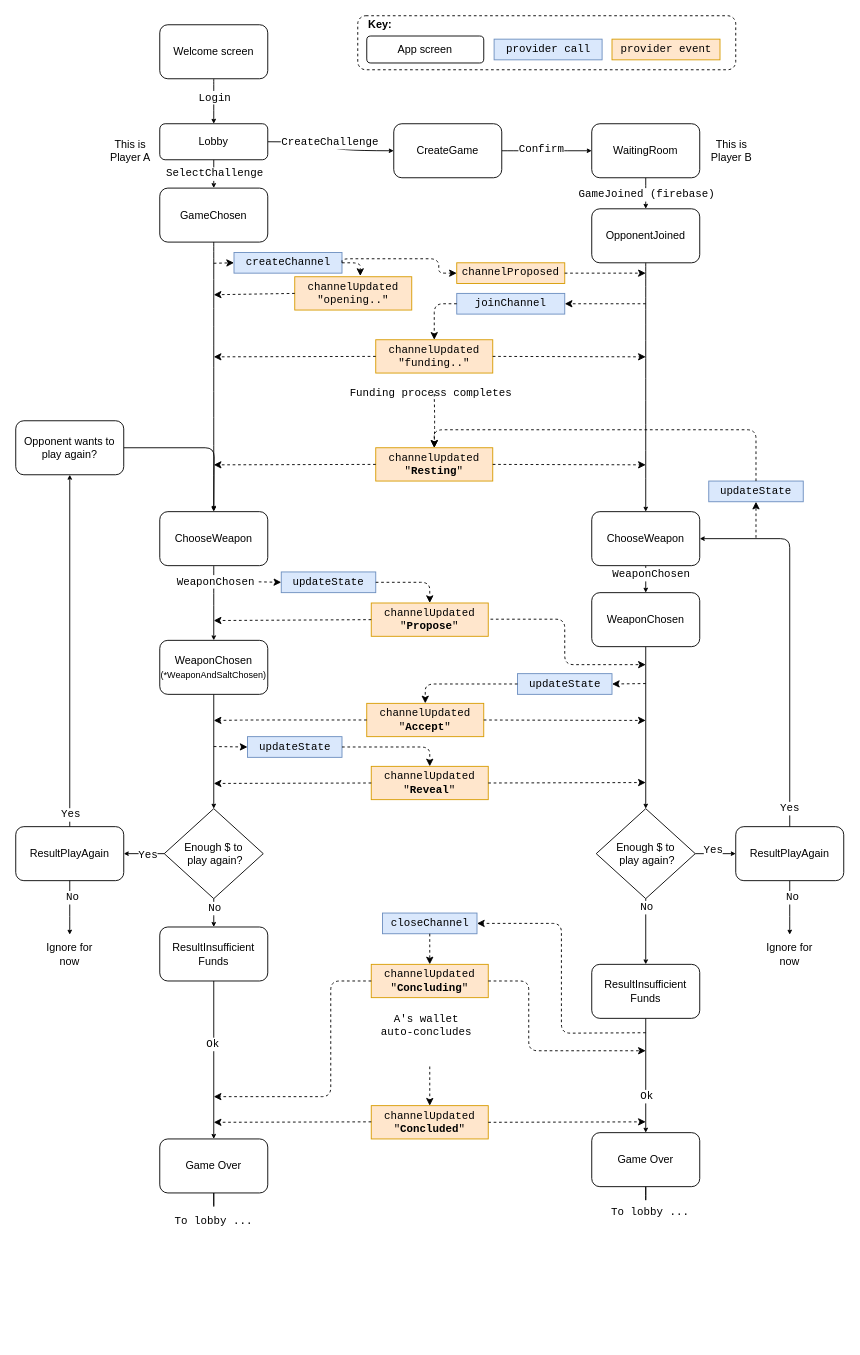
Above: packages/rps/notes/user-workflows-new-api.drawio in statechannels/apps (draw.io), before the change. Source tidied: cells renumbered, new cells numbered last; positions are measured from the earlier drawing's top-left corner, leaving out a move shared by most shapes. Both pictures are drawn from the tidied source at 90%, with x=0, y=0 at pixel (15, 15).
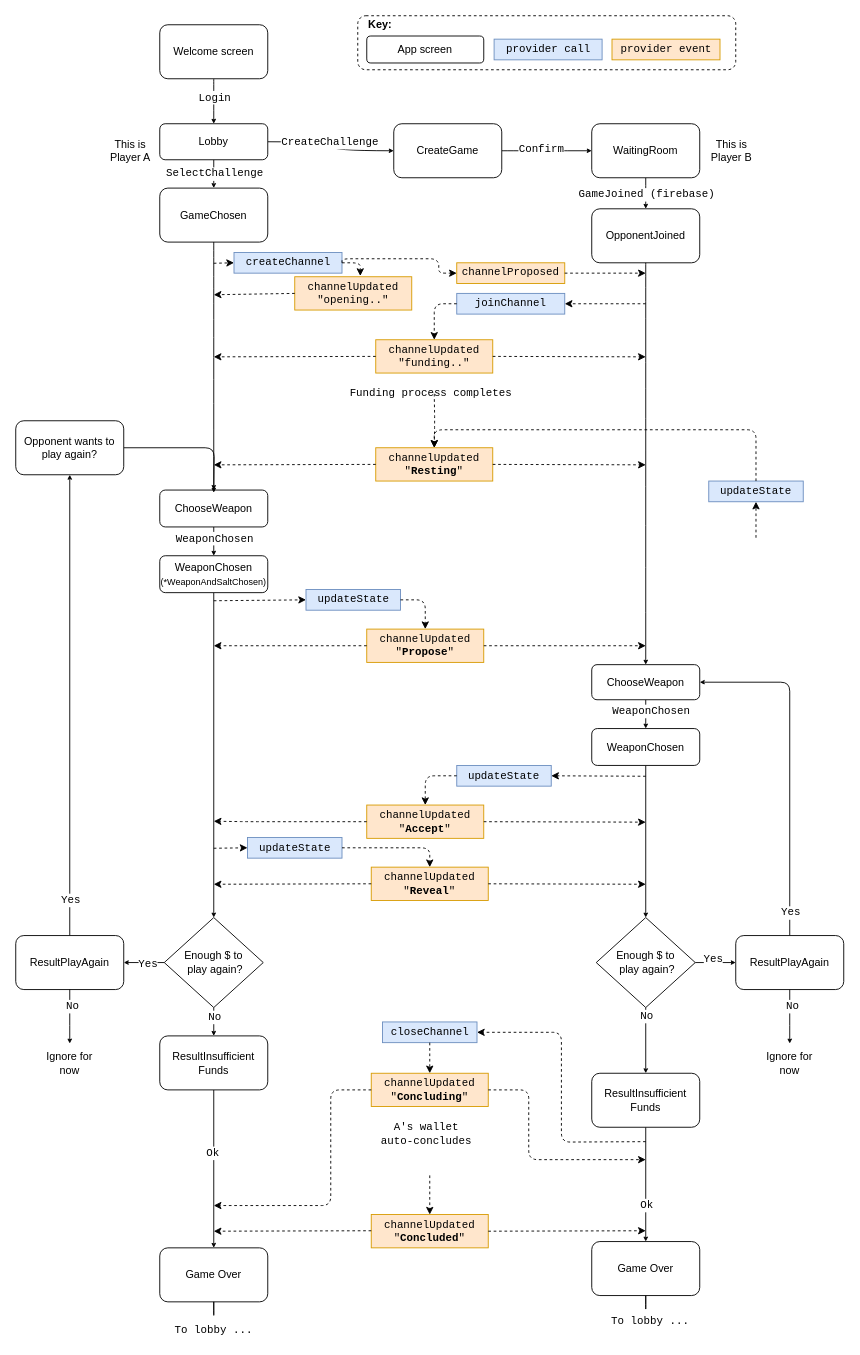
The same page after the edit.

The change refers to these unchanged cells:
```xml
<mxCell id="8" style="edgeStyle=orthogonalEdgeStyle;curved=1;rounded=0;html=1;startArrow=none;startFill=0;startSize=1;endArrow=classic;endFill=1;endSize=3;jettySize=auto;strokeColor=#000000;strokeWidth=1;fontFamily=Courier New;" parent="1" edge="1" source="12" target="13">
  <mxGeometry relative="1" as="geometry" />
</mxCell>
<mxCell id="15" style="edgeStyle=orthogonalEdgeStyle;curved=1;rounded=0;html=1;startArrow=none;startFill=0;startSize=1;endArrow=classic;endFill=1;endSize=3;jettySize=auto;strokeColor=#000000;strokeWidth=1;fontFamily=Courier New;" parent="1" edge="1" source="17" target="19">
  <mxGeometry relative="1" as="geometry" />
</mxCell>
<mxCell id="49" style="edgeStyle=orthogonalEdgeStyle;rounded=1;html=1;exitX=0.5;exitY=0;entryX=1;entryY=0.5;startArrow=none;startFill=0;startSize=1;endArrow=classic;endFill=1;endSize=3;jettySize=auto;strokeColor=#000000;strokeWidth=1;fontFamily=Courier New;entryDx=0;entryDy=0;" parent="1" edge="1" source="53" target="32">
  <mxGeometry relative="1" as="geometry" />
</mxCell>
<mxCell id="123" value="Opponent wants to play again?" style="rounded=1;whiteSpace=wrap;html=1;fillColor=#ffffff;align=center;strokeColor=#000000;" parent="1" vertex="1">
  <mxGeometry y="450" width="120" height="60" as="geometry" />
</mxCell>
```

What changed in the source:
```diff
@@
     <mxCell id="11" value="A's wallet&lt;br&gt;auto-concludes" style="text;html=1;align=center;verticalAlign=middle;labelBackgroundColor=#ffffff;fontFamily=Courier New;" parent="8" vertex="1">
       <mxGeometry x="-0.15" relative="1" as="geometry">
-        <mxPoint x="235" y="942" as="offset" />
+        <mxPoint x="235" y="1063" as="offset" />
       </mxGeometry>
     </mxCell>
@@
     <mxCell id="16" value="&lt;font face=&quot;Courier New&quot;&gt;WeaponChosen&lt;/font&gt;" style="text;html=1;align=center;verticalAlign=middle;labelBackgroundColor=#ffffff;fontFamily=Helvetica;" parent="15" vertex="1">
-      <mxGeometry x="-0.6" y="1" relative="1" as="geometry" />
+      <mxGeometry x="-0.6" y="1" relative="1" as="geometry">
+        <mxPoint x="-1" y="2" as="offset" />
+      </mxGeometry>
     </mxCell>
     <mxCell id="17" value="ChooseWeapon" style="rounded=1;whiteSpace=wrap;html=1;fillColor=#ffffff;align=center;strokeColor=#000000;" parent="1" vertex="1">
-      <mxGeometry x="160" y="551" width="120" height="60" as="geometry" />
+      <mxGeometry x="160" y="527" width="120" height="41" as="geometry" />
     </mxCell>
@@
     <mxCell id="19" value="WeaponChosen&lt;br&gt;&lt;font style=&quot;font-size: 10px&quot;&gt;(*WeaponAndSaltChosen)&lt;/font&gt;" style="rounded=1;whiteSpace=wrap;html=1;fillColor=#ffffff;align=center;strokeColor=#000000;" parent="1" vertex="1">
-      <mxGeometry x="160" y="694" width="120" height="60" as="geometry" />
+      <mxGeometry x="160" y="600" width="120" height="41" as="geometry" />
     </mxCell>
@@
     <mxCell id="22" value="ResultPlayAgain" style="rounded=1;whiteSpace=wrap;html=1;fillColor=#ffffff;align=center;strokeColor=#000000;" parent="1" vertex="1">
-      <mxGeometry y="901" width="120" height="60" as="geometry" />
+      <mxGeometry y="1022" width="120" height="60" as="geometry" />
     </mxCell>
@@
     <mxCell id="32" value="ChooseWeapon" style="rounded=1;whiteSpace=wrap;html=1;fillColor=#ffffff;align=center;strokeColor=#000000;" parent="1" vertex="1">
-      <mxGeometry x="640" y="551" width="120" height="60" as="geometry" />
+      <mxGeometry x="640" y="721" width="120" height="39" as="geometry" />
     </mxCell>
@@
     <mxCell id="34" value="WeaponChosen" style="rounded=1;whiteSpace=wrap;html=1;fillColor=#ffffff;align=center;strokeColor=#000000;" parent="1" vertex="1">
-      <mxGeometry x="640" y="641" width="120" height="60" as="geometry" />
+      <mxGeometry x="640" y="792" width="120" height="41" as="geometry" />
     </mxCell>
@@
     <mxCell id="37" value="ResultInsufficient&lt;br&gt;Funds" style="rounded=1;whiteSpace=wrap;html=1;fillColor=#ffffff;align=center;strokeColor=#000000;" parent="1" vertex="1">
-      <mxGeometry x="640" y="1054" width="120" height="60" as="geometry" />
+      <mxGeometry x="640" y="1175" width="120" height="60" as="geometry" />
     </mxCell>
@@
     <mxCell id="43" value="Enough $ to&lt;br&gt;&amp;nbsp;play again?" style="rhombus;whiteSpace=wrap;html=1;fillColor=#ffffff;fontFamily=Helvetica;align=center;strokeColor=#000000;" parent="1" vertex="1">
-      <mxGeometry x="165" y="881" width="110" height="100" as="geometry" />
+      <mxGeometry x="165" y="1002" width="110" height="100" as="geometry" />
     </mxCell>
@@
     <mxCell id="48" value="Enough $ to&lt;br&gt;&amp;nbsp;play again?" style="rhombus;whiteSpace=wrap;html=1;fillColor=#ffffff;fontFamily=Helvetica;align=center;strokeColor=#000000;" parent="1" vertex="1">
-      <mxGeometry x="645" y="881" width="110" height="100" as="geometry" />
+      <mxGeometry x="645" y="1002" width="110" height="100" as="geometry" />
     </mxCell>
@@
     <mxCell id="50" value="Yes" style="text;html=1;align=center;verticalAlign=middle;labelBackgroundColor=#ffffff;fontFamily=Courier New;" parent="49" vertex="1">
       <mxGeometry x="-0.41" y="-2" relative="1" as="geometry">
-        <mxPoint x="-2.5" y="103" as="offset" />
+        <mxPoint x="-2" y="87" as="offset" />
       </mxGeometry>
     </mxCell>
     <mxCell id="51" style="edgeStyle=orthogonalEdgeStyle;rounded=1;html=1;exitX=0.5;exitY=1;startArrow=none;startFill=0;startSize=1;endArrow=classic;endFill=1;endSize=3;jettySize=auto;strokeColor=#000000;strokeWidth=1;fontFamily=Courier New;" parent="1" edge="1" source="53">
       <mxGeometry relative="1" as="geometry">
-        <mxPoint x="860" y="1021" as="targetPoint" />
+        <mxPoint x="860" y="1142" as="targetPoint" />
       </mxGeometry>
     </mxCell>
@@
     <mxCell id="53" value="ResultPlayAgain" style="rounded=1;whiteSpace=wrap;html=1;fillColor=#ffffff;align=center;strokeColor=#000000;" parent="1" vertex="1">
-      <mxGeometry x="800" y="901" width="120" height="60" as="geometry" />
+      <mxGeometry x="800" y="1022" width="120" height="60" as="geometry" />
     </mxCell>
@@
     <mxCell id="56" value="ResultInsufficient&lt;br&gt;Funds" style="rounded=1;whiteSpace=wrap;html=1;fillColor=#ffffff;align=center;strokeColor=#000000;" parent="1" vertex="1">
-      <mxGeometry x="160" y="1012.5" width="120" height="60" as="geometry" />
+      <mxGeometry x="160" y="1133.5" width="120" height="60" as="geometry" />
     </mxCell>
     <mxCell id="57" style="edgeStyle=orthogonalEdgeStyle;rounded=1;html=1;startArrow=none;startFill=0;startSize=1;endArrow=classic;endFill=1;endSize=3;jettySize=auto;strokeColor=#000000;strokeWidth=1;fontFamily=Helvetica;" parent="1" edge="1" source="58">
       <mxGeometry relative="1" as="geometry">
-        <mxPoint x="220" y="1291" as="targetPoint" />
+        <mxPoint x="220" y="1412" as="targetPoint" />
       </mxGeometry>
     </mxCell>
     <mxCell id="58" value="Game Over&lt;br&gt;" style="rounded=1;whiteSpace=wrap;html=1;fillColor=#ffffff;align=center;strokeColor=#000000;" parent="1" vertex="1">
-      <mxGeometry x="160" y="1248" width="120" height="60" as="geometry" />
+      <mxGeometry x="160" y="1369" width="120" height="60" as="geometry" />
     </mxCell>
     <mxCell id="59" style="edgeStyle=orthogonalEdgeStyle;rounded=1;html=1;startArrow=none;startFill=0;startSize=1;endArrow=classic;endFill=1;endSize=3;jettySize=auto;strokeColor=#000000;strokeWidth=1;fontFamily=Courier New;" parent="1" edge="1" source="60">
       <mxGeometry relative="1" as="geometry">
-        <mxPoint x="700" y="1291" as="targetPoint" />
+        <mxPoint x="700" y="1412" as="targetPoint" />
       </mxGeometry>
     </mxCell>
     <mxCell id="60" value="Game Over&lt;br&gt;" style="rounded=1;whiteSpace=wrap;html=1;fillColor=#ffffff;align=center;strokeColor=#000000;" parent="1" vertex="1">
-      <mxGeometry x="640" y="1241" width="120" height="60" as="geometry" />
+      <mxGeometry x="640" y="1362" width="120" height="60" as="geometry" />
     </mxCell>
     <mxCell id="61" value="To lobby ..." style="text;html=1;align=left;verticalAlign=top;spacingTop=-4;fontFamily=Courier New;" parent="1" vertex="1">
-      <mxGeometry x="175" y="1330" width="100" height="20" as="geometry" />
+      <mxGeometry x="175" y="1451" width="100" height="20" as="geometry" />
     </mxCell>
     <mxCell id="62" value="To lobby ..." style="text;html=1;align=left;verticalAlign=top;spacingTop=-4;fontFamily=Courier New;" parent="1" vertex="1">
-      <mxGeometry x="660" y="1320" width="100" height="20" as="geometry" />
+      <mxGeometry x="660" y="1441" width="100" height="20" as="geometry" />
     </mxCell>
@@
     <mxCell id="79" value="channelUpdated&lt;br&gt;&quot;&lt;b&gt;Propose&lt;/b&gt;&quot;" style="rounded=0;whiteSpace=wrap;html=1;fontFamily=Courier New;fillColor=#ffe6cc;strokeColor=#d79b00;" parent="1" vertex="1">
-      <mxGeometry x="395" y="652.5" width="130" height="37" as="geometry" />
+      <mxGeometry x="390" y="681.5" width="130" height="37" as="geometry" />
     </mxCell>
     <mxCell id="80" value="channelUpdated&lt;br&gt;&quot;&lt;b&gt;Accept&lt;/b&gt;&quot;" style="rounded=0;whiteSpace=wrap;html=1;fontFamily=Courier New;fillColor=#ffe6cc;strokeColor=#d79b00;" parent="1" vertex="1">
-      <mxGeometry x="390" y="764" width="130" height="37" as="geometry" />
+      <mxGeometry x="390" y="877" width="130" height="37" as="geometry" />
     </mxCell>
     <mxCell id="81" value="channelUpdated&lt;br&gt;&quot;&lt;b&gt;Reveal&lt;/b&gt;&quot;" style="rounded=0;whiteSpace=wrap;html=1;fontFamily=Courier New;fillColor=#ffe6cc;strokeColor=#d79b00;" parent="1" vertex="1">
-      <mxGeometry x="395" y="834" width="130" height="37" as="geometry" />
+      <mxGeometry x="395" y="946" width="130" height="37" as="geometry" />
     </mxCell>
     <mxCell id="82" value="updateState" style="rounded=0;whiteSpace=wrap;html=1;fontFamily=Courier New;fillColor=#dae8fc;strokeColor=#6c8ebf;" parent="1" vertex="1">
-      <mxGeometry x="295" y="618" width="105" height="23" as="geometry" />
+      <mxGeometry x="322.5" y="637.5" width="105" height="23" as="geometry" />
     </mxCell>
     <mxCell id="83" value="updateState" style="rounded=0;whiteSpace=wrap;html=1;fontFamily=Courier New;fillColor=#dae8fc;strokeColor=#6c8ebf;" parent="1" vertex="1">
-      <mxGeometry x="557.5" y="731" width="105" height="23" as="geometry" />
+      <mxGeometry x="490" y="833" width="105" height="23" as="geometry" />
     </mxCell>
     <mxCell id="84" value="updateState" style="rounded=0;whiteSpace=wrap;html=1;fontFamily=Courier New;fillColor=#dae8fc;strokeColor=#6c8ebf;" parent="1" vertex="1">
-      <mxGeometry x="257.5" y="801" width="105" height="23" as="geometry" />
+      <mxGeometry x="257.5" y="913" width="105" height="23" as="geometry" />
     </mxCell>
     <mxCell id="85" style="endArrow=classic;dashed=1;html=1;strokeColor=#000000;strokeWidth=1;fontFamily=Courier New;endFill=1;entryX=0;entryY=0.5;entryDx=0;entryDy=0;" parent="1" edge="1" target="82">
       <mxGeometry relative="1" as="geometry">
-        <mxPoint x="270" y="629" as="sourcePoint" />
+        <mxPoint x="220" y="650" as="sourcePoint" />
       </mxGeometry>
     </mxCell>
@@
     <mxCell id="87" style="endArrow=classic;dashed=1;html=1;strokeColor=#000000;strokeWidth=1;fontFamily=Courier New;endFill=1;exitX=0;exitY=0.5;exitDx=0;exitDy=0;" parent="1" edge="1" source="79">
       <mxGeometry relative="1" as="geometry">
-        <mxPoint x="220" y="672" as="targetPoint" />
+        <mxPoint x="220" y="700" as="targetPoint" />
       </mxGeometry>
     </mxCell>
-    <mxCell id="88" style="endArrow=classic;dashed=1;html=1;strokeColor=#000000;strokeWidth=1;fontFamily=Courier New;endFill=1;exitX=0;exitY=0.5;exitDx=0;exitDy=0;edgeStyle=orthogonalEdgeStyle;" parent="1" edge="1">
+    <mxCell id="88" style="endArrow=classic;dashed=1;html=1;strokeColor=#000000;strokeWidth=1;fontFamily=Courier New;endFill=1;exitX=1;exitY=0.5;exitDx=0;exitDy=0;edgeStyle=orthogonalEdgeStyle;" parent="1" edge="1" source="79">
       <mxGeometry relative="1" as="geometry">
-        <mxPoint x="527.5" y="670.5" as="sourcePoint" />
-        <mxPoint x="700" y="721" as="targetPoint" />
+        <mxPoint x="700" y="700" as="targetPoint" />
         <Array as="points">
-          <mxPoint x="610" y="671" />
-          <mxPoint x="610" y="721" />
+          <mxPoint x="700" y="700" />
         </Array>
       </mxGeometry>
     </mxCell>
     <mxCell id="89" style="endArrow=classic;dashed=1;html=1;strokeColor=#000000;strokeWidth=1;fontFamily=Courier New;endFill=1;entryX=1;entryY=0.5;entryDx=0;entryDy=0;" parent="1" edge="1" target="83">
       <mxGeometry relative="1" as="geometry">
-        <mxPoint x="700" y="742" as="sourcePoint" />
+        <mxPoint x="700" y="845" as="sourcePoint" />
       </mxGeometry>
     </mxCell>
@@
     <mxCell id="91" style="endArrow=classic;dashed=1;html=1;strokeColor=#000000;strokeWidth=1;fontFamily=Courier New;endFill=1;exitX=0;exitY=0.5;exitDx=0;exitDy=0;edgeStyle=orthogonalEdgeStyle;" parent="1" edge="1" source="80">
       <mxGeometry relative="1" as="geometry">
-        <mxPoint x="220" y="783" as="targetPoint" />
+        <mxPoint x="220" y="895" as="targetPoint" />
         <Array as="points">
-          <mxPoint x="260" y="783" />
-          <mxPoint x="260" y="783" />
+          <mxPoint x="260" y="895" />
+          <mxPoint x="220" y="895" />
         </Array>
       </mxGeometry>
     </mxCell>
     <mxCell id="92" style="endArrow=classic;dashed=1;html=1;strokeColor=#000000;strokeWidth=1;fontFamily=Courier New;endFill=1;entryX=0;entryY=0.5;entryDx=0;entryDy=0;" parent="1" edge="1" target="84">
       <mxGeometry relative="1" as="geometry">
-        <mxPoint x="220" y="812" as="sourcePoint" />
+        <mxPoint x="220" y="925" as="sourcePoint" />
       </mxGeometry>
     </mxCell>
@@
     <mxCell id="95" style="endArrow=classic;dashed=1;html=1;strokeColor=#000000;strokeWidth=1;fontFamily=Courier New;endFill=1;exitX=1;exitY=0.5;exitDx=0;exitDy=0;" parent="1" edge="1" source="81">
       <mxGeometry relative="1" as="geometry">
-        <mxPoint x="700" y="852" as="targetPoint" />
+        <mxPoint x="700" y="965" as="targetPoint" />
       </mxGeometry>
     </mxCell>
     <mxCell id="96" style="endArrow=classic;dashed=1;html=1;strokeColor=#000000;strokeWidth=1;fontFamily=Courier New;endFill=1;exitX=0;exitY=0.5;exitDx=0;exitDy=0;" parent="1" edge="1" source="81">
       <mxGeometry relative="1" as="geometry">
-        <mxPoint x="220" y="853" as="targetPoint" />
+        <mxPoint x="220" y="965" as="targetPoint" />
       </mxGeometry>
     </mxCell>
@@
     <mxCell id="106" value="channelUpdated&lt;br&gt;&quot;&lt;b&gt;Concluding&lt;/b&gt;&quot;" style="rounded=0;whiteSpace=wrap;html=1;fontFamily=Courier New;fillColor=#ffe6cc;strokeColor=#d79b00;" parent="1" vertex="1">
-      <mxGeometry x="395" y="1054" width="130" height="37" as="geometry" />
+      <mxGeometry x="395" y="1175" width="130" height="37" as="geometry" />
     </mxCell>
     <mxCell id="107" value="closeChannel" style="rounded=0;whiteSpace=wrap;html=1;fontFamily=Courier New;fillColor=#dae8fc;strokeColor=#6c8ebf;" parent="1" vertex="1">
-      <mxGeometry x="407.5" y="997" width="105" height="23" as="geometry" />
+      <mxGeometry x="407.5" y="1118" width="105" height="23" as="geometry" />
     </mxCell>
     <mxCell id="108" style="endArrow=classic;dashed=1;html=1;strokeColor=#000000;strokeWidth=1;fontFamily=Courier New;endFill=1;entryX=1;entryY=0.5;entryDx=0;entryDy=0;edgeStyle=orthogonalEdgeStyle;" parent="1" edge="1" target="107">
       <mxGeometry relative="1" as="geometry">
-        <mxPoint x="700" y="1130" as="sourcePoint" />
+        <mxPoint x="700" y="1251" as="sourcePoint" />
       </mxGeometry>
     </mxCell>
     <mxCell id="109" style="endArrow=classic;dashed=1;html=1;strokeColor=#000000;strokeWidth=1;fontFamily=Courier New;endFill=1;edgeStyle=orthogonalEdgeStyle;exitX=1;exitY=0.5;exitDx=0;exitDy=0;" parent="1" edge="1" source="106">
       <mxGeometry relative="1" as="geometry">
-        <mxPoint x="700" y="1150" as="targetPoint" />
+        <mxPoint x="700" y="1271" as="targetPoint" />
         <Array as="points">
-          <mxPoint x="570" y="1073" />
-          <mxPoint x="570" y="1150" />
+          <mxPoint x="570" y="1194" />
+          <mxPoint x="570" y="1271" />
         </Array>
       </mxGeometry>
     </mxCell>
     <mxCell id="110" style="endArrow=classic;dashed=1;html=1;strokeColor=#000000;strokeWidth=1;fontFamily=Courier New;endFill=1;exitX=0;exitY=0.5;exitDx=0;exitDy=0;edgeStyle=orthogonalEdgeStyle;" parent="1" edge="1" source="106">
       <mxGeometry relative="1" as="geometry">
-        <mxPoint x="220" y="1201" as="targetPoint" />
+        <mxPoint x="220" y="1322" as="targetPoint" />
         <Array as="points">
-          <mxPoint x="350" y="1073" />
-          <mxPoint x="350" y="1201" />
-          <mxPoint x="220" y="1201" />
+          <mxPoint x="350" y="1194" />
+          <mxPoint x="350" y="1322" />
+          <mxPoint x="220" y="1322" />
         </Array>
       </mxGeometry>
     </mxCell>
@@
     <mxCell id="112" value="channelUpdated&lt;br&gt;&quot;&lt;b&gt;Concluded&lt;/b&gt;&quot;" style="rounded=0;whiteSpace=wrap;html=1;fontFamily=Courier New;fillColor=#ffe6cc;strokeColor=#d79b00;" parent="1" vertex="1">
-      <mxGeometry x="395" y="1211" width="130" height="37" as="geometry" />
+      <mxGeometry x="395" y="1332" width="130" height="37" as="geometry" />
     </mxCell>
     <mxCell id="113" style="edgeStyle=orthogonalEdgeStyle;rounded=1;html=1;exitX=0.5;exitY=1;startArrow=none;startFill=0;startSize=1;endArrow=classic;endFill=1;endSize=3;jettySize=auto;strokeColor=#000000;strokeWidth=1;fontFamily=Courier New;exitDx=0;exitDy=0;" parent="1" edge="1" source="22">
       <mxGeometry relative="1" as="geometry">
-        <mxPoint x="60" y="1021" as="targetPoint" />
+        <mxPoint x="60" y="1142" as="targetPoint" />
       </mxGeometry>
     </mxCell>
@@
     <mxCell id="115" value="Ignore for now" style="text;html=1;strokeColor=none;fillColor=none;align=center;verticalAlign=middle;whiteSpace=wrap;rounded=0;dashed=1;fontFamily=Helvetica;" parent="1" vertex="1">
-      <mxGeometry x="30" y="1032.5" width="60" height="20" as="geometry" />
+      <mxGeometry x="30" y="1153.5" width="60" height="20" as="geometry" />
     </mxCell>
     <mxCell id="116" value="Ignore for now" style="text;html=1;strokeColor=none;fillColor=none;align=center;verticalAlign=middle;whiteSpace=wrap;rounded=0;dashed=1;fontFamily=Helvetica;" parent="1" vertex="1">
-      <mxGeometry x="829.5" y="1032.5" width="60" height="20" as="geometry" />
+      <mxGeometry x="829.5" y="1153.5" width="60" height="20" as="geometry" />
     </mxCell>
     <mxCell id="117" style="endArrow=classic;dashed=1;html=1;strokeColor=#000000;strokeWidth=1;fontFamily=Courier New;endFill=1;exitX=1;exitY=0.5;exitDx=0;exitDy=0;" parent="1" edge="1">
       <mxGeometry relative="1" as="geometry">
-        <mxPoint x="525" y="1229.5" as="sourcePoint" />
-        <mxPoint x="700" y="1229" as="targetPoint" />
+        <mxPoint x="525" y="1350.5" as="sourcePoint" />
+        <mxPoint x="700" y="1350" as="targetPoint" />
       </mxGeometry>
     </mxCell>
     <mxCell id="118" style="endArrow=classic;dashed=1;html=1;strokeColor=#000000;strokeWidth=1;fontFamily=Courier New;endFill=1;exitX=0;exitY=0.5;exitDx=0;exitDy=0;" parent="1" edge="1">
       <mxGeometry relative="1" as="geometry">
-        <mxPoint x="395" y="1229" as="sourcePoint" />
-        <mxPoint x="220" y="1229.5" as="targetPoint" />
+        <mxPoint x="395" y="1350" as="sourcePoint" />
+        <mxPoint x="220" y="1350.5" as="targetPoint" />
       </mxGeometry>
     </mxCell>
     <mxCell id="119" style="endArrow=classic;dashed=1;html=1;strokeColor=#000000;strokeWidth=1;fontFamily=Courier New;endFill=1;edgeStyle=orthogonalEdgeStyle;" parent="1" edge="1">
       <mxGeometry relative="1" as="geometry">
-        <mxPoint x="460" y="1167.5" as="sourcePoint" />
-        <mxPoint x="460" y="1211" as="targetPoint" />
+        <mxPoint x="460" y="1288.5" as="sourcePoint" />
+        <mxPoint x="460" y="1332" as="targetPoint" />
       </mxGeometry>
     </mxCell>
@@
     <mxCell id="121" style="endArrow=classic;dashed=1;html=1;strokeColor=#000000;strokeWidth=1;fontFamily=Courier New;endFill=1;exitX=1;exitY=0.5;exitDx=0;exitDy=0;" parent="1" edge="1" source="80">
       <mxGeometry relative="1" as="geometry">
-        <mxPoint x="700" y="783" as="targetPoint" />
+        <mxPoint x="700" y="896" as="targetPoint" />
       </mxGeometry>
     </mxCell>
     <mxCell id="122" style="edgeStyle=orthogonalEdgeStyle;rounded=1;jettySize=auto;html=1;exitX=1;exitY=0.5;exitDx=0;exitDy=0;endSize=3;strokeWidth=1;" parent="1" edge="1" source="123">
       <mxGeometry relative="1" as="geometry">
-        <mxPoint x="220" y="550" as="targetPoint" />
+        <mxPoint x="220" y="530" as="targetPoint" />
       </mxGeometry>
     </mxCell>
```
